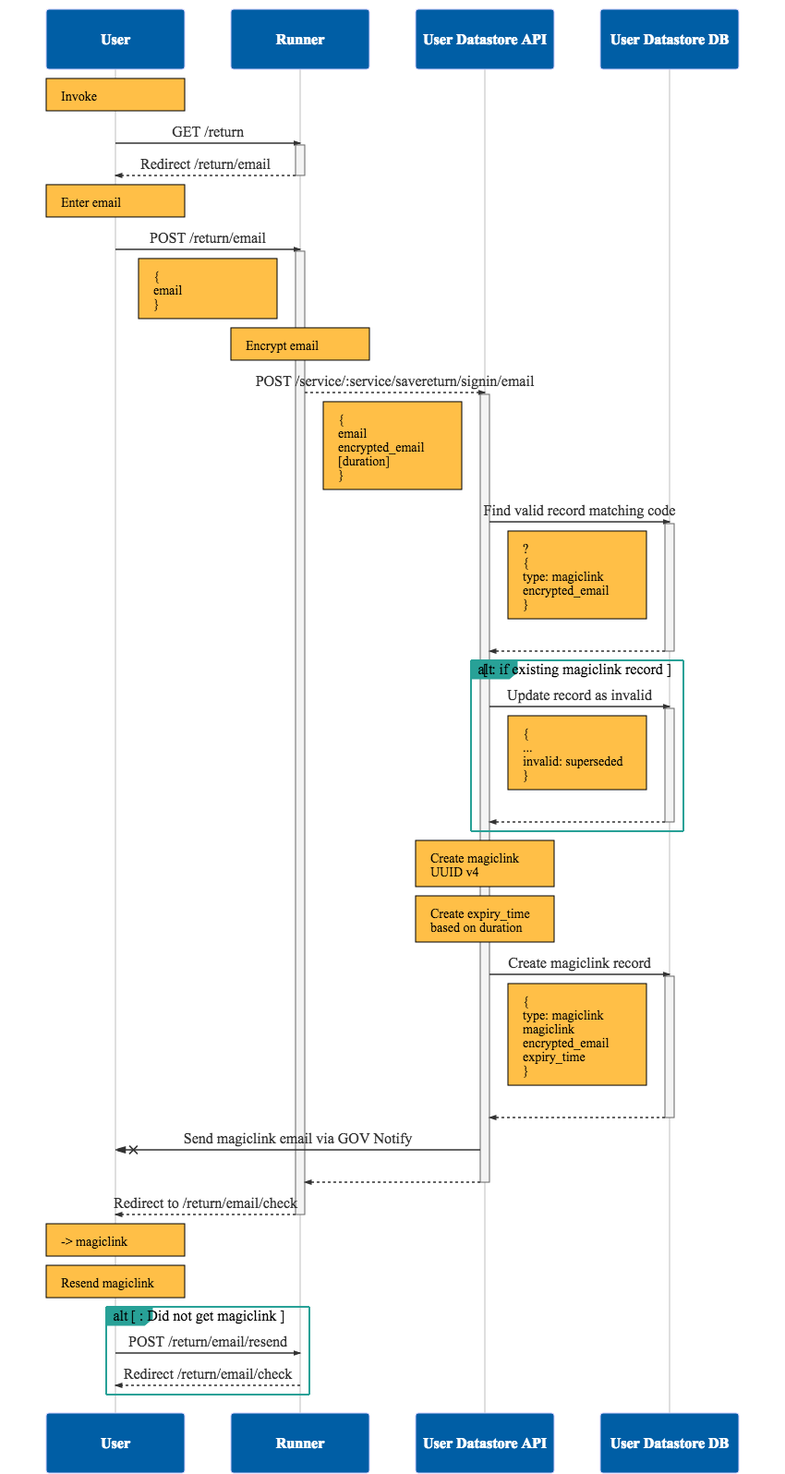
Earlier version of the Mermaid export documentation/running/save-and-return/images/return--signin.png (ministryofjustice/form-builder). Its source is kept beside it as documentation/running/save-and-return/files/return--signin.mmd.
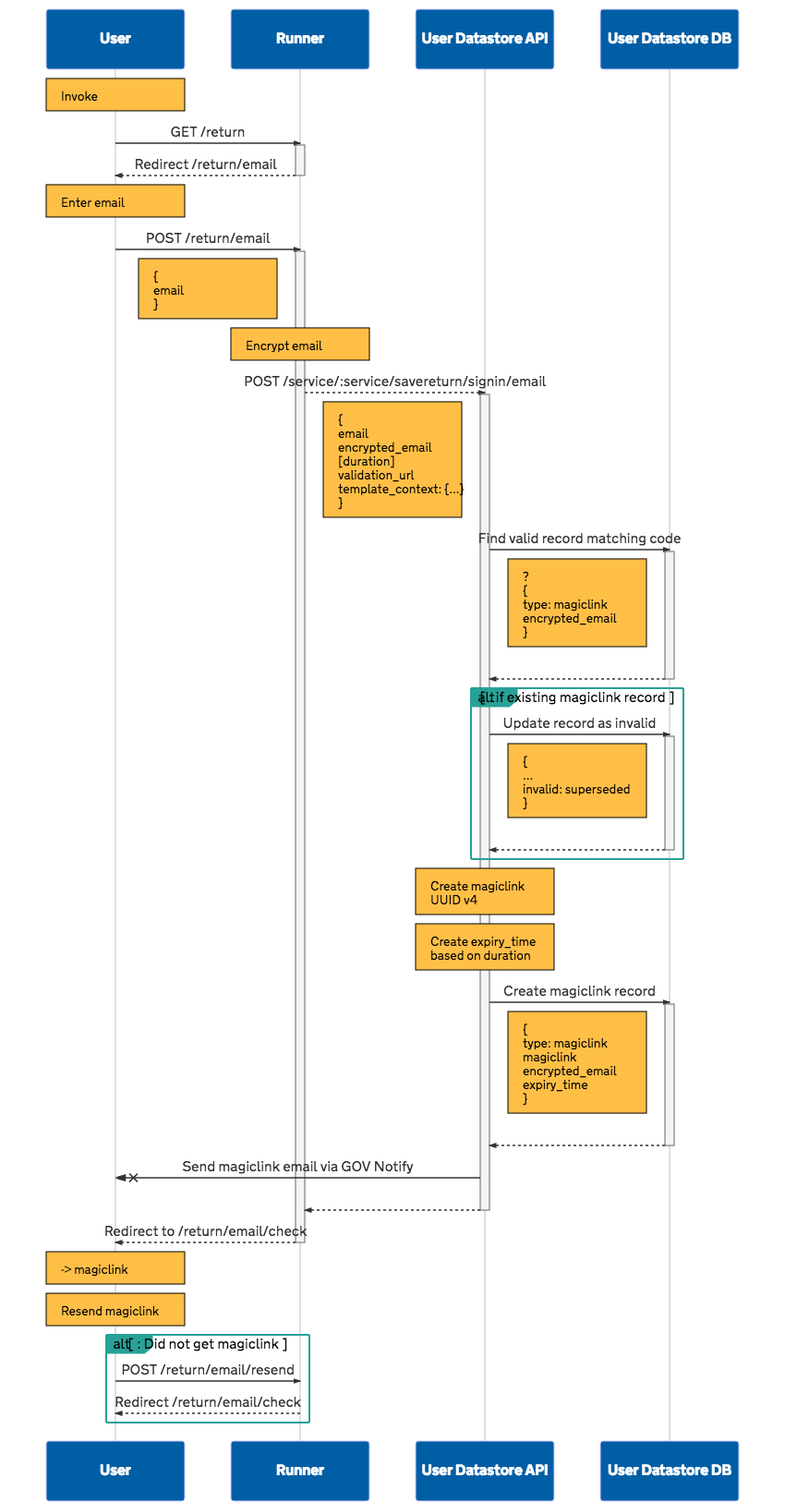
After the commit.

Commit message:
Add missing validation_url and template_context params to magiclink route

The edit, as a diff of the source:
```diff
@@ -24,7 +24,7 @@
 
 R-->>+DS: POST /service/:service/savereturn/signin/email
 
-Note right of R: {<br>email<br>encrypted_email<br>[duration]<br>}
+Note right of R: {<br>email<br>encrypted_email<br>[duration]<br>validation_url<br>template_context: {...}<br>}
 
 DS->>+DB: Find valid record matching code
 
```
